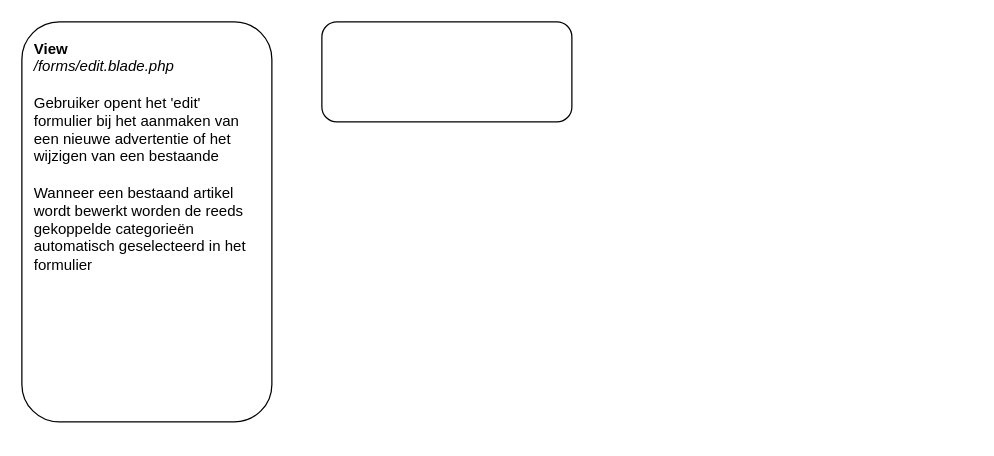
Above: laravel_marktplaats.drawio in Sm4rtieQQ/marktplaats (draw.io), before the change. Source tidied: cells renumbered, new cells numbered last; positions are measured from the earlier drawing's top-left corner, leaving out a move shared by most shapes. Both pictures are drawn from the tidied source at 125%, with x=0, y=0 at pixel (21, 21).
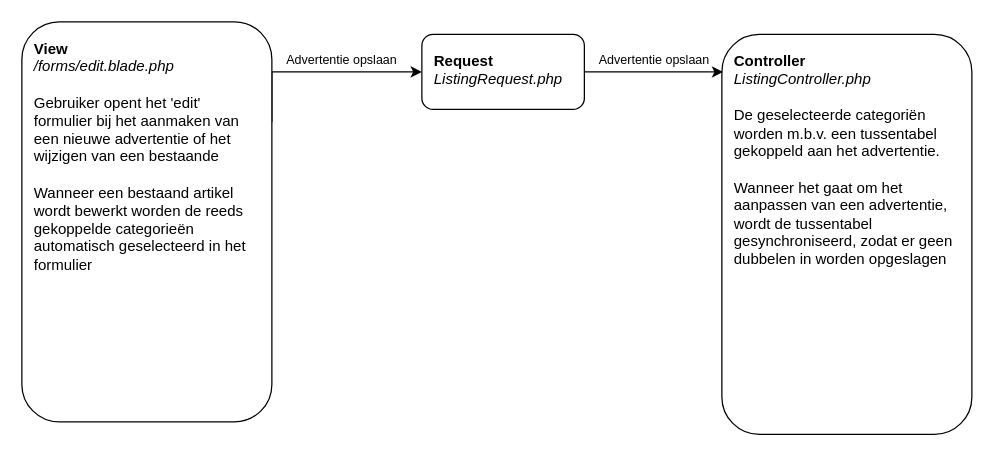
Above is the later version.

What changed in the source:
```diff
@@
 <mxGraphModel>
   <root>
     <mxCell id="0" />
     <mxCell id="1" parent="0" />
+    <mxCell id="4" style="edgeStyle=orthogonalEdgeStyle;rounded=0;jettySize=auto;html=1;exitX=1;exitY=0.25;exitDx=0;exitDy=0;entryX=0;entryY=0.5;entryDx=0;entryDy=0;" parent="1" edge="1" source="2" target="3">
+      <mxGeometry relative="1" as="geometry">
+        <Array as="points">
+          <mxPoint x="200" y="40" />
+        </Array>
+      </mxGeometry>
+    </mxCell>
     <mxCell id="2" value="&lt;div&gt;&lt;b&gt;View&lt;/b&gt;&lt;/div&gt;&lt;div&gt;&lt;i&gt;/forms/edit.blade.php&lt;/i&gt;&lt;/div&gt;&lt;div&gt;&lt;br&gt;&lt;/div&gt;&lt;div&gt;Gebruiker opent het 'edit' formulier bij het aanmaken van een nieuwe advertentie of het wijzigen van een bestaande&lt;/div&gt;&lt;div&gt;&lt;br&gt;&lt;/div&gt;&lt;div&gt;Wanneer een bestaand artikel wordt bewerkt worden de reeds gekoppelde categorieën automatisch geselecteerd in het formulier&lt;/div&gt;&lt;br&gt;&lt;div&gt;&lt;br&gt;&lt;/div&gt;" style="rounded=1;whiteSpace=wrap;html=1;align=left;verticalAlign=top;spacing=10;" parent="1" vertex="1">
       <mxGeometry width="200" height="320" as="geometry" />
     </mxCell>
-    <mxCell id="3" style="rounded=1;whiteSpace=wrap;html=1;align=left;verticalAlign=top;spacing=10;" parent="1" vertex="1">
-      <mxGeometry x="240" width="200" height="80" as="geometry" />
+    <mxCell id="3" value="&lt;div&gt;&lt;b&gt;Request&lt;/b&gt;&lt;/div&gt;&lt;div&gt;&lt;i&gt;ListingRequest.php&lt;/i&gt;&lt;/div&gt;&lt;div&gt;&lt;i&gt;&lt;br&gt;&lt;/i&gt;&lt;/div&gt;&lt;div&gt;&lt;i&gt;&lt;br&gt;&lt;/i&gt;&lt;/div&gt;" style="rounded=1;whiteSpace=wrap;html=1;align=left;verticalAlign=top;spacing=10;" parent="1" vertex="1">
+      <mxGeometry x="320" y="10" width="130" height="60" as="geometry" />
     </mxCell>
+    <mxCell id="5" value="&lt;font style=&quot;font-size: 10px;&quot;&gt;Advertentie opslaan&lt;/font&gt;" style="text;html=1;whiteSpace=wrap;strokeColor=none;fillColor=none;align=left;verticalAlign=middle;rounded=0;" parent="1" vertex="1">
+      <mxGeometry x="210" y="20" width="130" height="20" as="geometry" />
+    </mxCell>
+    <mxCell id="6" value="&lt;div&gt;&lt;b&gt;Controller&lt;/b&gt;&lt;/div&gt;&lt;div&gt;&lt;i&gt;ListingController.php&lt;/i&gt;&lt;/div&gt;&lt;div&gt;&lt;br&gt;&lt;/div&gt;&lt;div&gt;De geselecteerde categoriën worden m.b.v. een tussentabel gekoppeld aan het advertentie.&lt;/div&gt;&lt;div&gt;&lt;br&gt;&lt;/div&gt;&lt;div&gt;Wanneer het gaat om het aanpassen van een advertentie, wordt de tussentabel gesynchroniseerd, zodat er geen dubbelen in worden opgeslagen&lt;/div&gt;" style="rounded=1;whiteSpace=wrap;html=1;align=left;verticalAlign=top;spacing=10;" parent="1" vertex="1">
+      <mxGeometry x="560" y="10" width="200" height="320" as="geometry" />
+    </mxCell>
+    <mxCell id="7" style="edgeStyle=orthogonalEdgeStyle;rounded=0;jettySize=auto;html=1;exitX=1;exitY=0.5;exitDx=0;exitDy=0;entryX=0.005;entryY=0.094;entryDx=0;entryDy=0;entryPerimeter=0;" parent="1" edge="1" source="3" target="6">
+      <mxGeometry relative="1" as="geometry" />
+    </mxCell>
+    <mxCell id="8" value="&lt;font style=&quot;font-size: 10px;&quot;&gt;Advertentie opslaan&lt;/font&gt;" style="text;html=1;whiteSpace=wrap;strokeColor=none;fillColor=none;align=left;verticalAlign=middle;rounded=0;" parent="1" vertex="1">
+      <mxGeometry x="460" y="20" width="130" height="20" as="geometry" />
+    </mxCell>
   </root>
 </mxGraphModel>
```
